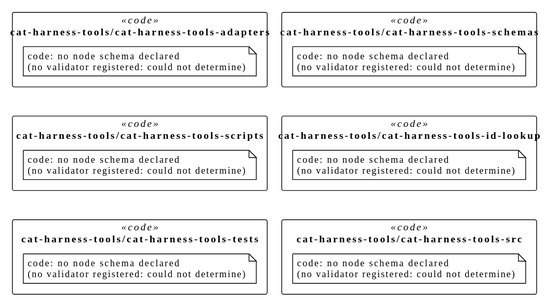
The PlantUML diagram assets/img/uml/overview/cat-harness-tools.svg in litlfred/smart-trust, before a commit.
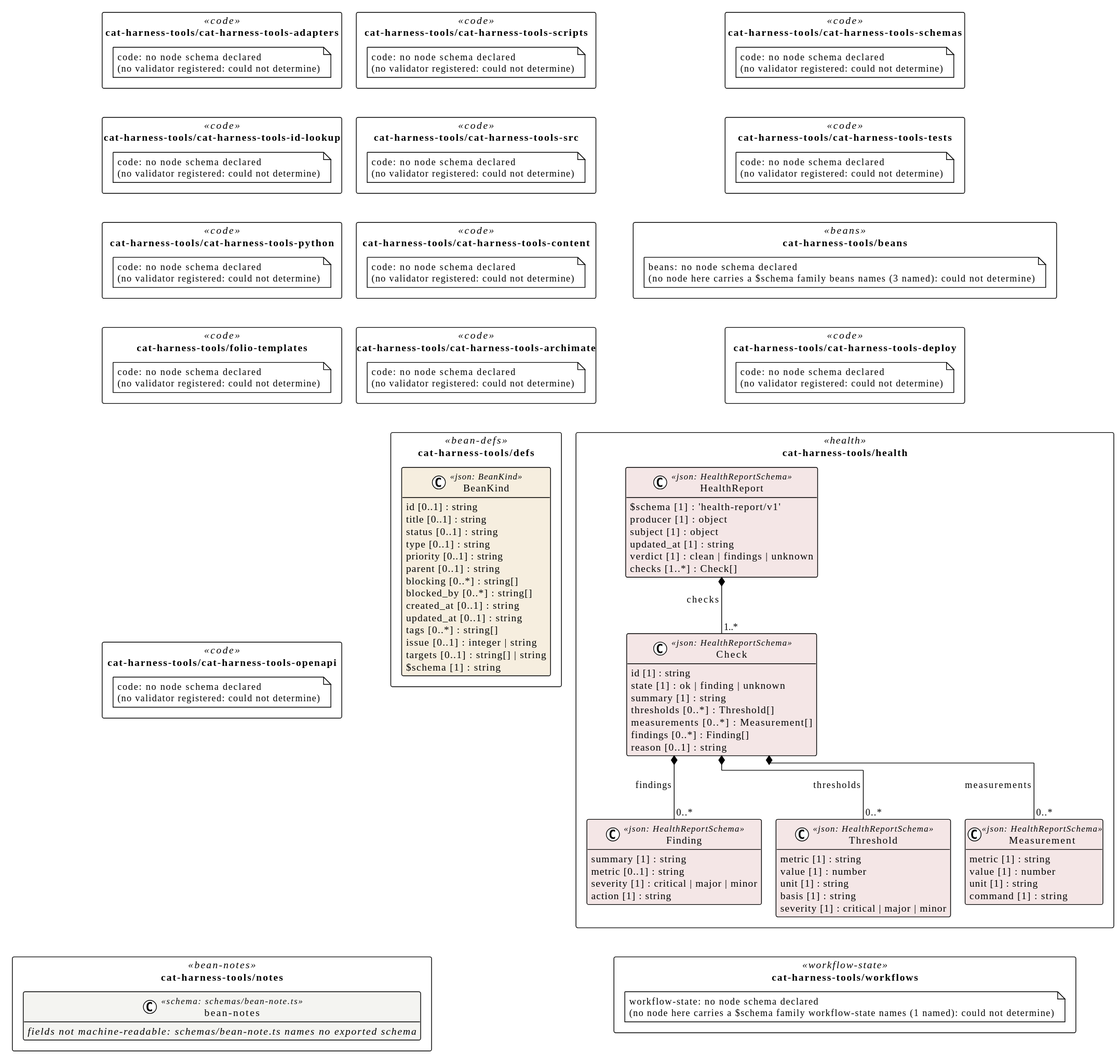
The same diagram one commit later.

The edit, as a diff of the source:
```diff
@@ -24,9 +24,108 @@
 package "cat-harness-tools/cat-harness-tools-src" as pkg_cat_harness_tools_cat_harness_tools_src <<code>> {
   note "code: no node schema declared\n(no validator registered: could not determine)" as n_cat_harness_tools_cat_harness_tools_src_code
 }
+package "cat-harness-tools/cat-harness-tools-python" as pkg_cat_harness_tools_cat_harness_tools_python <<code>> {
+  note "code: no node schema declared\n(no validator registered: could not determine)" as n_cat_harness_tools_cat_harness_tools_python_code
+}
+package "cat-harness-tools/beans" as pkg_cat_harness_tools_beans <<beans>> {
+  note "beans: no node schema declared\n(no node here carries a $schema family beans names (3 named): could not determine)" as n_cat_harness_tools_beans_beans
+}
+package "cat-harness-tools/cat-harness-tools-content" as pkg_cat_harness_tools_cat_harness_tools_content <<code>> {
+  note "code: no node schema declared\n(no validator registered: could not determine)" as n_cat_harness_tools_cat_harness_tools_content_code
+}
+package "cat-harness-tools/folio-templates" as pkg_cat_harness_tools_folio_templates <<code>> {
+  note "code: no node schema declared\n(no validator registered: could not determine)" as n_cat_harness_tools_folio_templates_code
+}
+package "cat-harness-tools/cat-harness-tools-deploy" as pkg_cat_harness_tools_cat_harness_tools_deploy <<code>> {
+  note "code: no node schema declared\n(no validator registered: could not determine)" as n_cat_harness_tools_cat_harness_tools_deploy_code
+}
+package "cat-harness-tools/cat-harness-tools-archimate" as pkg_cat_harness_tools_cat_harness_tools_archimate <<code>> {
+  note "code: no node schema declared\n(no validator registered: could not determine)" as n_cat_harness_tools_cat_harness_tools_archimate_code
+}
+package "cat-harness-tools/cat-harness-tools-openapi" as pkg_cat_harness_tools_cat_harness_tools_openapi <<code>> {
+  note "code: no node schema declared\n(no validator registered: could not determine)" as n_cat_harness_tools_cat_harness_tools_openapi_code
+}
+package "cat-harness-tools/health" as pkg_cat_harness_tools_health <<health>> {
+  class "Threshold" as cat_harness_tools_health_Threshold <<json: HealthReportSchema>> #f4e6e6 {
+    metric [1] : string
+    value [1] : number
+    unit [1] : string
+    basis [1] : string
+    severity [1] : critical | major | minor
+  }
+  class "Measurement" as cat_harness_tools_health_Measurement <<json: HealthReportSchema>> #f4e6e6 {
+    metric [1] : string
+    value [1] : number
+    unit [1] : string
+    command [1] : string
+  }
+  class "Finding" as cat_harness_tools_health_Finding <<json: HealthReportSchema>> #f4e6e6 {
+    summary [1] : string
+    metric [0..1] : string
+    severity [1] : critical | major | minor
+    action [1] : string
+  }
+  class "Check" as cat_harness_tools_health_Check <<json: HealthReportSchema>> #f4e6e6 {
+    id [1] : string
+    state [1] : ok | finding | unknown
+    summary [1] : string
+    thresholds [0..*] : Threshold[]
+    measurements [0..*] : Measurement[]
+    findings [0..*] : Finding[]
+    reason [0..1] : string
+  }
+  class "HealthReport" as cat_harness_tools_health_HealthReport <<json: HealthReportSchema>> #f4e6e6 {
+    $schema [1] : 'health-report/v1'
+    producer [1] : object
+    subject [1] : object
+    updated_at [1] : string
+    verdict [1] : clean | findings | unknown
+    checks [1..*] : Check[]
+  }
+}
+package "cat-harness-tools/defs" as pkg_cat_harness_tools_defs <<bean-defs>> {
+  class "BeanKind" as cat_harness_tools_defs_BeanKind <<json: BeanKind>> #f6eedf {
+    id [0..1] : string
+    title [0..1] : string
+    status [0..1] : string
+    type [0..1] : string
+    priority [0..1] : string
+    parent [0..1] : string
+    blocking [0..*] : string[]
+    blocked_by [0..*] : string[]
+    created_at [0..1] : string
+    updated_at [0..1] : string
+    tags [0..*] : string[]
+    issue [0..1] : integer | string
+    targets [0..1] : string[] | string
+    $schema [1] : string
+  }
+}
+package "cat-harness-tools/notes" as pkg_cat_harness_tools_notes <<bean-notes>> {
+  class "bean-notes" as cat_harness_tools_notes_bean_notes_shape <<schema: schemas/bean-note.ts>> #f4f4f1 {
+    //fields not machine-readable: schemas/bean-note.ts names no exported schema//
+  }
+}
+package "cat-harness-tools/workflows" as pkg_cat_harness_tools_workflows <<workflow-state>> {
+  note "workflow-state: no node schema declared\n(no node here carries a $schema family workflow-state names (1 named): could not determine)" as n_cat_harness_tools_workflows_workflow_state
+}
 
-pkg_cat_harness_tools_cat_harness_tools_adapters -[hidden]down- pkg_cat_harness_tools_cat_harness_tools_scripts
-pkg_cat_harness_tools_cat_harness_tools_schemas -[hidden]down- pkg_cat_harness_tools_cat_harness_tools_id_lookup
-pkg_cat_harness_tools_cat_harness_tools_scripts -[hidden]down- pkg_cat_harness_tools_cat_harness_tools_tests
-pkg_cat_harness_tools_cat_harness_tools_id_lookup -[hidden]down- pkg_cat_harness_tools_cat_harness_tools_src
+cat_harness_tools_health_Check *-- "0..*" cat_harness_tools_health_Threshold : thresholds
+cat_harness_tools_health_Check *-- "0..*" cat_harness_tools_health_Measurement : measurements
+cat_harness_tools_health_Check *-- "0..*" cat_harness_tools_health_Finding : findings
+cat_harness_tools_health_HealthReport *-- "1..*" cat_harness_tools_health_Check : checks
+pkg_cat_harness_tools_cat_harness_tools_adapters -[hidden]down- pkg_cat_harness_tools_cat_harness_tools_id_lookup
+pkg_cat_harness_tools_cat_harness_tools_schemas -[hidden]down- pkg_cat_harness_tools_cat_harness_tools_tests
+pkg_cat_harness_tools_cat_harness_tools_scripts -[hidden]down- pkg_cat_harness_tools_cat_harness_tools_src
+pkg_cat_harness_tools_cat_harness_tools_id_lookup -[hidden]down- pkg_cat_harness_tools_cat_harness_tools_python
+pkg_cat_harness_tools_cat_harness_tools_tests -[hidden]down- pkg_cat_harness_tools_beans
+pkg_cat_harness_tools_cat_harness_tools_src -[hidden]down- pkg_cat_harness_tools_cat_harness_tools_content
+pkg_cat_harness_tools_cat_harness_tools_python -[hidden]down- pkg_cat_harness_tools_folio_templates
+pkg_cat_harness_tools_beans -[hidden]down- pkg_cat_harness_tools_cat_harness_tools_deploy
+pkg_cat_harness_tools_cat_harness_tools_content -[hidden]down- pkg_cat_harness_tools_cat_harness_tools_archimate
+pkg_cat_harness_tools_folio_templates -[hidden]down- pkg_cat_harness_tools_cat_harness_tools_openapi
+pkg_cat_harness_tools_cat_harness_tools_deploy -[hidden]down- pkg_cat_harness_tools_health
+pkg_cat_harness_tools_cat_harness_tools_archimate -[hidden]down- pkg_cat_harness_tools_defs
+pkg_cat_harness_tools_cat_harness_tools_openapi -[hidden]down- pkg_cat_harness_tools_notes
+pkg_cat_harness_tools_health -[hidden]down- pkg_cat_harness_tools_workflows
 @enduml
```
